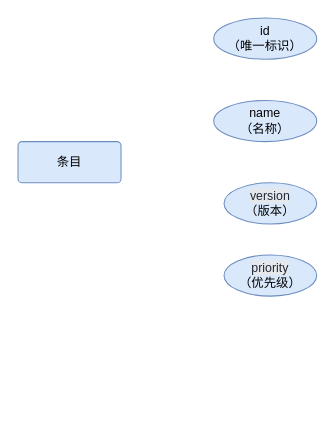
Above: entry(E-R).drawio in ColinCongDu/chart (draw.io), before the change. Source tidied: cells renumbered, new cells numbered last; positions are measured from the earlier drawing's top-left corner, leaving out a move shared by most shapes. Both pictures are drawn from the tidied source at 103%, with x=0, y=0 at pixel (18, 18).
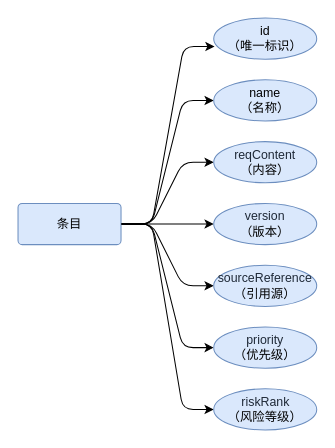
The same diagram, later.

Change to the diagram source:
```diff
@@
 <mxGraphModel>
   <root>
     <mxCell id="0" />
     <mxCell id="1" parent="0" />
+    <mxCell id="7" style="edgeStyle=entityRelationEdgeStyle;rounded=1;jettySize=auto;html=1;entryX=0;entryY=0.5;entryDx=0;entryDy=0;strokeColor=default;align=center;verticalAlign=middle;fontFamily=Helvetica;fontSize=11;fontColor=default;labelBackgroundColor=default;endArrow=classic;curved=0;" parent="1" edge="1" source="2" target="4">
+      <mxGeometry relative="1" as="geometry" />
+    </mxCell>
+    <mxCell id="8" style="edgeStyle=entityRelationEdgeStyle;rounded=1;jettySize=auto;html=1;curved=0;" parent="1" edge="1" source="2" target="13">
+      <mxGeometry relative="1" as="geometry" />
+    </mxCell>
+    <mxCell id="9" style="edgeStyle=entityRelationEdgeStyle;rounded=1;jettySize=auto;html=1;entryX=0;entryY=0.5;entryDx=0;entryDy=0;strokeColor=default;align=center;verticalAlign=middle;fontFamily=Helvetica;fontSize=11;fontColor=default;labelBackgroundColor=default;endArrow=classic;" parent="1" edge="1" source="2" target="5">
+      <mxGeometry relative="1" as="geometry" />
+    </mxCell>
+    <mxCell id="10" style="edgeStyle=entityRelationEdgeStyle;rounded=1;jettySize=auto;html=1;entryX=0;entryY=0.5;entryDx=0;entryDy=0;strokeColor=default;align=center;verticalAlign=middle;fontFamily=Helvetica;fontSize=11;fontColor=default;labelBackgroundColor=default;endArrow=classic;" parent="1" edge="1" source="2" target="14">
+      <mxGeometry relative="1" as="geometry" />
+    </mxCell>
+    <mxCell id="11" style="edgeStyle=entityRelationEdgeStyle;rounded=1;jettySize=auto;html=1;entryX=0;entryY=0.5;entryDx=0;entryDy=0;curved=0;" parent="1" edge="1" source="2" target="6">
+      <mxGeometry relative="1" as="geometry" />
+    </mxCell>
+    <mxCell id="12" style="edgeStyle=entityRelationEdgeStyle;rounded=1;jettySize=auto;html=1;entryX=0;entryY=0.5;entryDx=0;entryDy=0;curved=0;" parent="1" edge="1" source="2" target="16">
+      <mxGeometry relative="1" as="geometry" />
+    </mxCell>
     <mxCell id="2" value="条目" style="rounded=1;arcSize=10;whiteSpace=wrap;html=1;align=center;fillColor=#dae8fc;strokeColor=#6c8ebf;" parent="1" vertex="1">
-      <mxGeometry y="120" width="100" height="40" as="geometry" />
+      <mxGeometry y="180" width="100" height="40" as="geometry" />
     </mxCell>
     <mxCell id="3" value="id&lt;div&gt;（唯一标识）&lt;/div&gt;" style="ellipse;whiteSpace=wrap;html=1;align=center;fillColor=#dae8fc;strokeColor=#6c8ebf;" parent="1" vertex="1">
       <mxGeometry x="190" width="100" height="40" as="geometry" />
     </mxCell>
     <mxCell id="4" value="name&lt;br&gt;&lt;div&gt;（名称）&lt;/div&gt;" style="ellipse;whiteSpace=wrap;html=1;align=center;strokeColor=#6c8ebf;verticalAlign=middle;fontFamily=Helvetica;fontSize=12;fontColor=default;fillColor=#dae8fc;" parent="1" vertex="1">
-      <mxGeometry x="190" y="80" width="100" height="40" as="geometry" />
+      <mxGeometry x="190" y="60" width="100" height="40" as="geometry" />
     </mxCell>
-    <mxCell id="5" value="&lt;span style=&quot;color: rgb(31, 41, 55); font-family: AlibabaPuHuiTi-3-55-Regular; text-align: left; text-wrap-mode: nowrap; background-color: rgb(229, 231, 235);&quot;&gt;version&lt;/span&gt;&lt;br&gt;&lt;div&gt;（版本）&lt;/div&gt;" style="ellipse;whiteSpace=wrap;html=1;align=center;strokeColor=#6c8ebf;verticalAlign=middle;fontFamily=Helvetica;fontSize=12;fontColor=default;fillColor=#dae8fc;" parent="1" vertex="1">
-      <mxGeometry x="200" y="160" width="90" height="40" as="geometry" />
+    <mxCell id="5" value="&lt;span style=&quot;color: rgb(31, 41, 55); font-family: AlibabaPuHuiTi-3-55-Regular; text-align: left; text-wrap-mode: nowrap;&quot;&gt;version&lt;/span&gt;&lt;br&gt;&lt;div&gt;（版本）&lt;/div&gt;" style="ellipse;whiteSpace=wrap;html=1;align=center;strokeColor=#6c8ebf;verticalAlign=middle;fontFamily=Helvetica;fontSize=12;fontColor=default;fillColor=#dae8fc;" parent="1" vertex="1">
+      <mxGeometry x="190" y="180" width="100" height="40" as="geometry" />
     </mxCell>
-    <mxCell id="6" value="&lt;span style=&quot;color: rgb(31, 41, 55); font-family: AlibabaPuHuiTi-3-55-Regular; text-align: left; text-wrap-mode: nowrap; background-color: rgb(230, 232, 236);&quot;&gt;priority&lt;/span&gt;&lt;br&gt;&lt;div&gt;（优先级）&lt;/div&gt;" style="ellipse;whiteSpace=wrap;html=1;align=center;strokeColor=#6c8ebf;verticalAlign=middle;fontFamily=Helvetica;fontSize=12;fontColor=default;fillColor=#dae8fc;" parent="1" vertex="1">
-      <mxGeometry x="200" y="230" width="90" height="40" as="geometry" />
+    <mxCell id="6" value="&lt;span style=&quot;color: rgb(31, 41, 55); font-family: AlibabaPuHuiTi-3-55-Regular; text-align: left; text-wrap-mode: nowrap;&quot;&gt;priority&lt;/span&gt;&lt;br&gt;&lt;div&gt;（优先级）&lt;/div&gt;" style="ellipse;whiteSpace=wrap;html=1;align=center;strokeColor=#6c8ebf;verticalAlign=middle;fontFamily=Helvetica;fontSize=12;fontColor=default;fillColor=#dae8fc;" parent="1" vertex="1">
+      <mxGeometry x="190" y="300" width="100" height="40" as="geometry" />
     </mxCell>
+    <mxCell id="13" value="&lt;span&gt;&lt;span style=&quot;color: rgb(31, 41, 55); font-family: AlibabaPuHuiTi-3-55-Regular; text-align: left; text-wrap-mode: nowrap;&quot;&gt;reqContent&lt;/span&gt;&lt;br&gt;&lt;/span&gt;&lt;div&gt;&lt;span&gt;（内容&lt;/span&gt;&lt;span&gt;）&lt;/span&gt;&lt;/div&gt;" style="ellipse;whiteSpace=wrap;html=1;align=center;strokeColor=#6c8ebf;verticalAlign=middle;fontFamily=Helvetica;fontSize=12;fontColor=default;fillColor=#dae8fc;" parent="1" vertex="1">
+      <mxGeometry x="190" y="120" width="100" height="40" as="geometry" />
+    </mxCell>
+    <mxCell id="14" value="&lt;span style=&quot;color: rgb(31, 41, 55); font-family: AlibabaPuHuiTi-3-55-Regular; text-align: left; text-wrap-mode: nowrap;&quot;&gt;sourceReference&lt;/span&gt;&lt;span&gt;&lt;br&gt;&lt;/span&gt;&lt;div&gt;&lt;span&gt;（引用源&lt;/span&gt;&lt;span&gt;）&lt;/span&gt;&lt;/div&gt;" style="ellipse;whiteSpace=wrap;html=1;align=center;strokeColor=#6c8ebf;verticalAlign=middle;fontFamily=Helvetica;fontSize=12;fontColor=default;fillColor=#dae8fc;" parent="1" vertex="1">
+      <mxGeometry x="190" y="240" width="100" height="40" as="geometry" />
+    </mxCell>
+    <mxCell id="15" style="edgeStyle=entityRelationEdgeStyle;rounded=1;jettySize=auto;html=1;entryX=0.008;entryY=0.69;entryDx=0;entryDy=0;entryPerimeter=0;curved=0;" parent="1" edge="1" source="2" target="3">
+      <mxGeometry relative="1" as="geometry" />
+    </mxCell>
+    <mxCell id="16" value="&lt;div style=&quot;text-align: left;&quot;&gt;&lt;span style=&quot;background-color: transparent; text-wrap-mode: nowrap;&quot;&gt;&lt;font face=&quot;AlibabaPuHuiTi-3-55-Regular&quot; color=&quot;#1f2937&quot;&gt;&amp;nbsp; &amp;nbsp; riskRank&lt;/font&gt;&lt;/span&gt;&lt;/div&gt;&lt;div&gt;（风险等级）&lt;/div&gt;" style="ellipse;whiteSpace=wrap;html=1;align=center;strokeColor=#6c8ebf;verticalAlign=middle;fontFamily=Helvetica;fontSize=12;fontColor=default;fillColor=#dae8fc;" parent="1" vertex="1">
+      <mxGeometry x="190" y="360" width="100" height="40" as="geometry" />
+    </mxCell>
   </root>
 </mxGraphModel>
```
